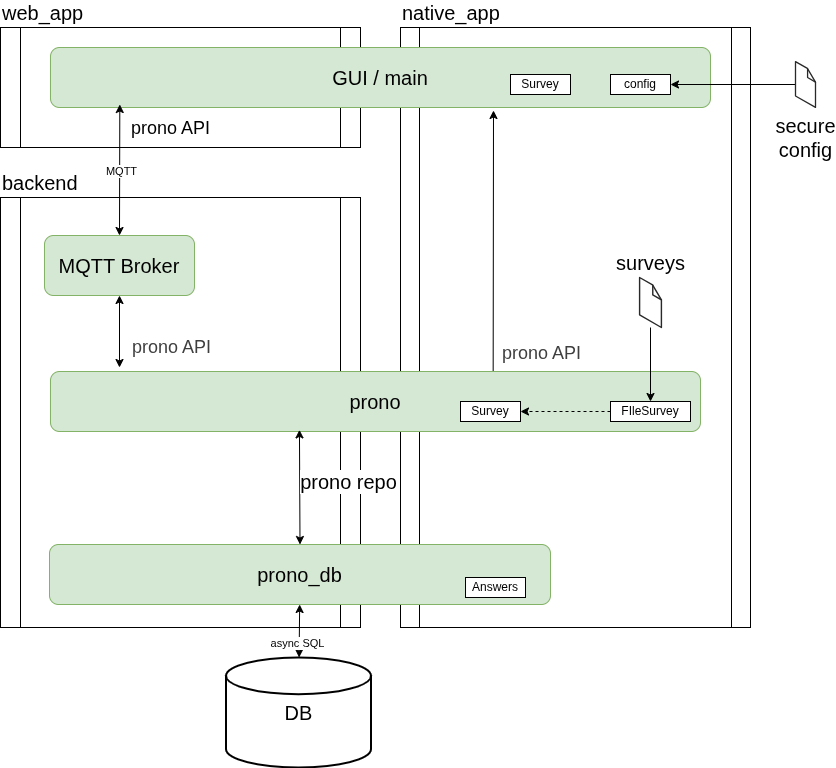
jaques-sam/prono keeps this draw.io diagram as docs/architecture.drawio.png. Above is the earlier version. Source tidied: cells renumbered, new cells last; positions are measured from the earlier drawing's top-left corner, leaving out a move shared by most shapes. The source it was exported from:
```xml
<mxGraphModel>
  <root>
    <mxCell id="0" />
    <mxCell id="1" parent="0" />
    <mxCell id="2" value="web_app" style="shape=process;whiteSpace=wrap;html=1;backgroundOutline=1;size=0.05555555555555555;labelPosition=center;verticalLabelPosition=top;align=left;verticalAlign=bottom;fontSize=20;" parent="1" vertex="1">
      <mxGeometry width="360" height="120" as="geometry" />
    </mxCell>
    <mxCell id="3" value="native_app" style="shape=process;whiteSpace=wrap;html=1;backgroundOutline=1;size=0.05555555555555555;labelPosition=center;verticalLabelPosition=top;align=left;verticalAlign=bottom;fontSize=20;" parent="1" vertex="1">
      <mxGeometry x="400" width="350" height="600" as="geometry" />
    </mxCell>
    <mxCell id="4" value="backend" style="shape=process;whiteSpace=wrap;html=1;backgroundOutline=1;size=0.05555555555555555;labelPosition=center;verticalLabelPosition=top;align=left;verticalAlign=bottom;fontSize=20;" parent="1" vertex="1">
      <mxGeometry y="170" width="360" height="430" as="geometry" />
    </mxCell>
    <mxCell id="5" style="edgeStyle=none;html=1;startArrow=classic;startFill=1;entryX=0.681;entryY=0.139;entryDx=0;entryDy=0;entryPerimeter=0;" parent="1" edge="1" target="8">
      <mxGeometry y="-50" relative="1" as="geometry">
        <mxPoint x="493" y="83" as="sourcePoint" />
      </mxGeometry>
    </mxCell>
    <mxCell id="6" value="&lt;span style=&quot;color: rgb(63, 63, 63); font-size: 18px;&quot;&gt;prono API&lt;/span&gt;" style="edgeLabel;html=1;align=center;verticalAlign=middle;" parent="5" vertex="1">
      <mxGeometry x="0.65" y="5" relative="1" as="geometry">
        <mxPoint x="42" y="20" as="offset" />
      </mxGeometry>
    </mxCell>
    <mxCell id="7" value="GUI / main" style="rounded=1;whiteSpace=wrap;html=1;fontSize=20;fillColor=#d5e8d4;strokeColor=#82b366;" parent="1" vertex="1">
      <mxGeometry x="50" y="20" width="660" height="60" as="geometry" />
    </mxCell>
    <mxCell id="8" value="prono" style="rounded=1;whiteSpace=wrap;html=1;fontSize=20;fillColor=#d5e8d4;strokeColor=#82b366;" parent="1" vertex="1">
      <mxGeometry x="50" y="344" width="650" height="60" as="geometry" />
    </mxCell>
    <mxCell id="9" style="edgeStyle=none;html=1;fontSize=20;startArrow=classic;startFill=1;" parent="1" edge="1" source="11" target="12">
      <mxGeometry relative="1" as="geometry" />
    </mxCell>
    <mxCell id="10" value="async SQL" style="edgeLabel;html=1;align=center;verticalAlign=middle;" parent="9" vertex="1">
      <mxGeometry x="0.46" y="-3" relative="1" as="geometry" />
    </mxCell>
    <mxCell id="11" value="prono_db" style="rounded=1;whiteSpace=wrap;html=1;fontSize=20;fillColor=#d5e8d4;strokeColor=#82b366;" parent="1" vertex="1">
      <mxGeometry x="49" y="517" width="501" height="60" as="geometry" />
    </mxCell>
    <mxCell id="12" value="&lt;font style=&quot;font-size: 20px;&quot;&gt;DB&lt;/font&gt;" style="strokeWidth=2;html=1;shape=mxgraph.flowchart.database;whiteSpace=wrap;" parent="1" vertex="1">
      <mxGeometry x="225.5" y="630" width="145" height="110" as="geometry" />
    </mxCell>
    <mxCell id="13" value="&lt;font style=&quot;font-size: 18px;&quot;&gt;prono API&lt;/font&gt;" style="edgeStyle=none;html=1;fontSize=20;startArrow=classic;startFill=1;exitX=0.5;exitY=0;exitDx=0;exitDy=0;entryX=0.105;entryY=0.95;entryDx=0;entryDy=0;entryPerimeter=0;" parent="1" edge="1" source="17" target="7">
      <mxGeometry x="0.65" y="-51" relative="1" as="geometry" />
    </mxCell>
    <mxCell id="14" value="MQTT" style="edgeLabel;html=1;align=center;verticalAlign=middle;" parent="13" vertex="1">
      <mxGeometry x="-0.02" y="-1" relative="1" as="geometry">
        <mxPoint y="-1" as="offset" />
      </mxGeometry>
    </mxCell>
    <mxCell id="15" style="edgeStyle=none;html=1;fontSize=20;startArrow=classic;startFill=1;exitX=0.5;exitY=1;exitDx=0;exitDy=0;" parent="1" edge="1" source="17">
      <mxGeometry relative="1" as="geometry">
        <mxPoint x="119" y="340" as="targetPoint" />
      </mxGeometry>
    </mxCell>
    <mxCell id="16" value="&lt;span style=&quot;color: rgb(63, 63, 63); font-size: 18px;&quot;&gt;prono API&lt;/span&gt;" style="edgeLabel;html=1;align=center;verticalAlign=middle;" parent="15" vertex="1">
      <mxGeometry x="0.3" y="1" relative="1" as="geometry">
        <mxPoint x="50" y="5" as="offset" />
      </mxGeometry>
    </mxCell>
    <mxCell id="17" value="MQTT Broker" style="rounded=1;whiteSpace=wrap;html=1;fontSize=20;fillColor=#d5e8d4;strokeColor=#82b366;" parent="1" vertex="1">
      <mxGeometry x="44" y="208" width="150" height="60" as="geometry" />
    </mxCell>
    <mxCell id="18" value="Survey" style="rounded=0;whiteSpace=wrap;html=1;" parent="1" vertex="1">
      <mxGeometry x="510" y="47" width="60" height="20" as="geometry" />
    </mxCell>
    <mxCell id="19" style="edgeStyle=none;html=1;exitX=0;exitY=0.5;exitDx=0;exitDy=0;entryX=1;entryY=0.5;entryDx=0;entryDy=0;dashed=1;" parent="1" edge="1" source="20" target="21">
      <mxGeometry relative="1" as="geometry" />
    </mxCell>
    <mxCell id="20" value="FIleSurvey" style="rounded=0;whiteSpace=wrap;html=1;" parent="1" vertex="1">
      <mxGeometry x="610" y="374" width="80" height="20" as="geometry" />
    </mxCell>
    <mxCell id="21" value="Survey" style="rounded=0;whiteSpace=wrap;html=1;" parent="1" vertex="1">
      <mxGeometry x="460" y="374" width="60" height="20" as="geometry" />
    </mxCell>
    <mxCell id="22" value="prono repo" style="edgeStyle=none;html=1;fontSize=20;startArrow=classic;startFill=1;entryX=0.383;entryY=0.973;entryDx=0;entryDy=0;exitX=0.5;exitY=0;exitDx=0;exitDy=0;entryPerimeter=0;" parent="1" edge="1" source="11" target="8">
      <mxGeometry x="0.12" y="-49" relative="1" as="geometry">
        <mxPoint y="1" as="offset" />
      </mxGeometry>
    </mxCell>
    <mxCell id="23" value="Answers" style="rounded=0;whiteSpace=wrap;html=1;" parent="1" vertex="1">
      <mxGeometry x="465" y="550" width="60" height="20" as="geometry" />
    </mxCell>
    <mxCell id="24" style="edgeStyle=none;html=1;" parent="1" edge="1" source="25" target="20">
      <mxGeometry relative="1" as="geometry" />
    </mxCell>
    <mxCell id="25" value="&lt;span style=&quot;font-size: 20px;&quot;&gt;surveys&lt;/span&gt;" style="verticalLabelPosition=top;html=1;verticalAlign=bottom;strokeWidth=1;align=center;outlineConnect=0;dashed=0;outlineConnect=0;shape=mxgraph.aws3d.file;strokeColor=#292929;labelPosition=center;" parent="1" vertex="1">
      <mxGeometry x="639.1" y="250" width="21.8" height="50" as="geometry" />
    </mxCell>
    <mxCell id="26" style="edgeStyle=none;html=1;" parent="1" edge="1" source="27" target="28">
      <mxGeometry relative="1" as="geometry" />
    </mxCell>
    <mxCell id="27" value="&lt;span style=&quot;font-size: 20px;&quot;&gt;secure&lt;br&gt;config&lt;/span&gt;" style="verticalLabelPosition=bottom;html=1;verticalAlign=top;strokeWidth=1;align=center;outlineConnect=0;dashed=0;outlineConnect=0;shape=mxgraph.aws3d.file;strokeColor=#292929;" parent="1" vertex="1">
      <mxGeometry x="795" y="34.1" width="20" height="45.9" as="geometry" />
    </mxCell>
    <mxCell id="28" value="config" style="rounded=0;whiteSpace=wrap;html=1;" parent="1" vertex="1">
      <mxGeometry x="610" y="47" width="60" height="20" as="geometry" />
    </mxCell>
  </root>
</mxGraphModel>
```
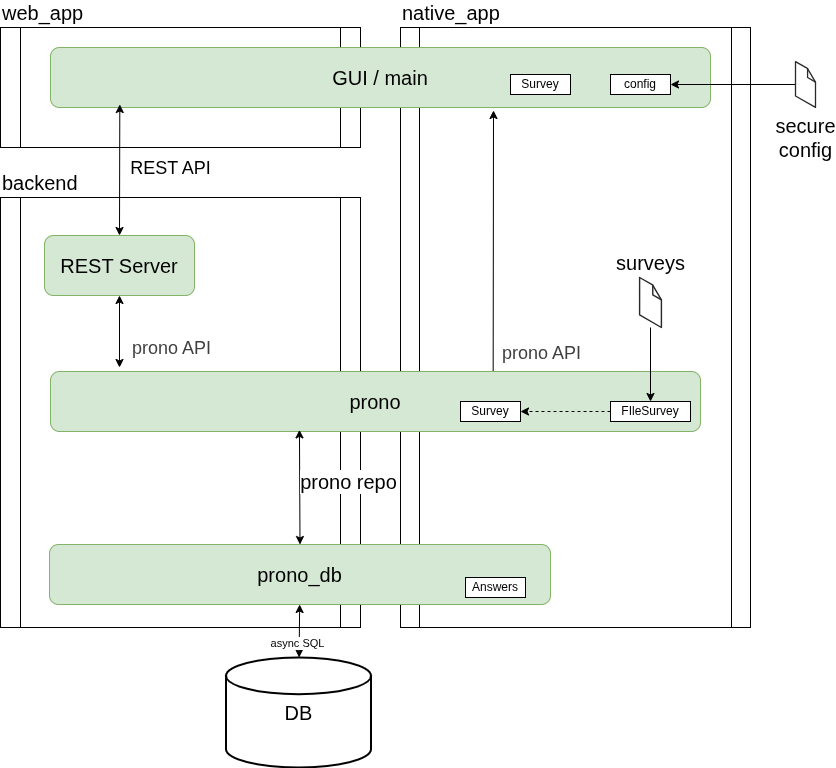
The same diagram one commit later.

Commit message:
doc: update tasks & architecture doc

The edit, as a diff of the source:
```diff
@@ -39,14 +39,9 @@
     <mxCell id="12" value="&lt;font style=&quot;font-size: 20px;&quot;&gt;DB&lt;/font&gt;" style="strokeWidth=2;html=1;shape=mxgraph.flowchart.database;whiteSpace=wrap;" parent="1" vertex="1">
       <mxGeometry x="225.5" y="630" width="145" height="110" as="geometry" />
     </mxCell>
-    <mxCell id="13" value="&lt;font style=&quot;font-size: 18px;&quot;&gt;prono API&lt;/font&gt;" style="edgeStyle=none;html=1;fontSize=20;startArrow=classic;startFill=1;exitX=0.5;exitY=0;exitDx=0;exitDy=0;entryX=0.105;entryY=0.95;entryDx=0;entryDy=0;entryPerimeter=0;" parent="1" edge="1" source="17" target="7">
-      <mxGeometry x="0.65" y="-51" relative="1" as="geometry" />
+    <mxCell id="13" value="&lt;font style=&quot;font-size: 18px;&quot;&gt;REST API&lt;/font&gt;" style="edgeStyle=none;html=1;fontSize=20;startArrow=classic;startFill=1;exitX=0.5;exitY=0;exitDx=0;exitDy=0;entryX=0.105;entryY=0.95;entryDx=0;entryDy=0;entryPerimeter=0;" parent="1" edge="1" source="17" target="7">
+      <mxGeometry x="0.04" y="-51" relative="1" as="geometry" />
     </mxCell>
-    <mxCell id="14" value="MQTT" style="edgeLabel;html=1;align=center;verticalAlign=middle;" parent="13" vertex="1">
-      <mxGeometry x="-0.02" y="-1" relative="1" as="geometry">
-        <mxPoint y="-1" as="offset" />
-      </mxGeometry>
-    </mxCell>
     <mxCell id="15" style="edgeStyle=none;html=1;fontSize=20;startArrow=classic;startFill=1;exitX=0.5;exitY=1;exitDx=0;exitDy=0;" parent="1" edge="1" source="17">
       <mxGeometry relative="1" as="geometry">
         <mxPoint x="119" y="340" as="targetPoint" />
@@ -57,7 +52,7 @@
         <mxPoint x="50" y="5" as="offset" />
       </mxGeometry>
     </mxCell>
-    <mxCell id="17" value="MQTT Broker" style="rounded=1;whiteSpace=wrap;html=1;fontSize=20;fillColor=#d5e8d4;strokeColor=#82b366;" parent="1" vertex="1">
+    <mxCell id="17" value="REST Server" style="rounded=1;whiteSpace=wrap;html=1;fontSize=20;fillColor=#d5e8d4;strokeColor=#82b366;" parent="1" vertex="1">
       <mxGeometry x="44" y="208" width="150" height="60" as="geometry" />
     </mxCell>
     <mxCell id="18" value="Survey" style="rounded=0;whiteSpace=wrap;html=1;" parent="1" vertex="1">
```
